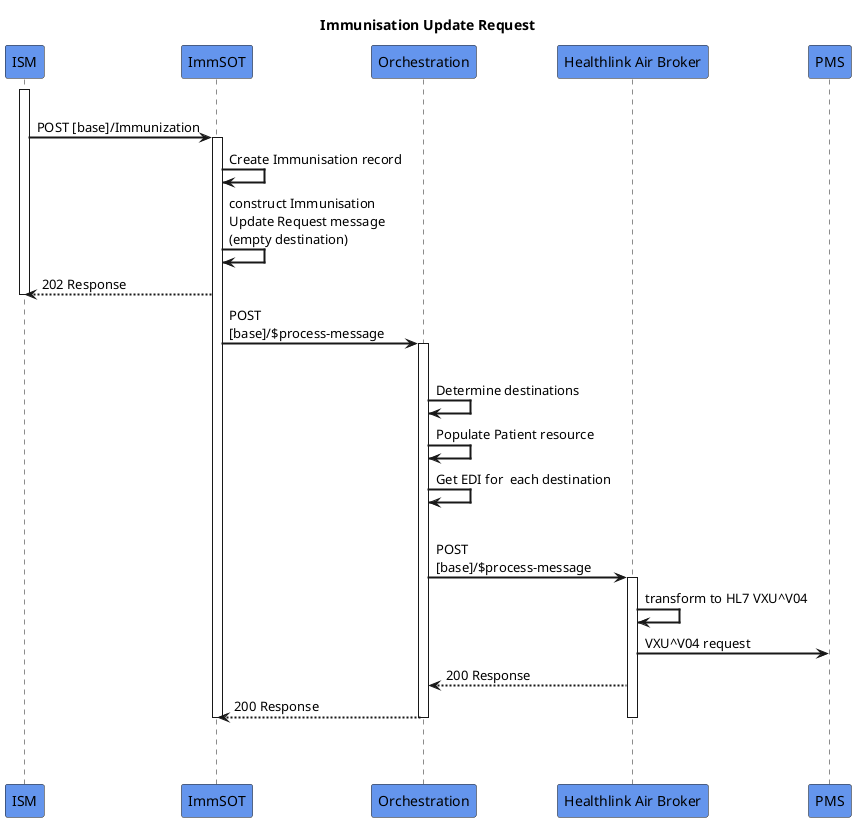
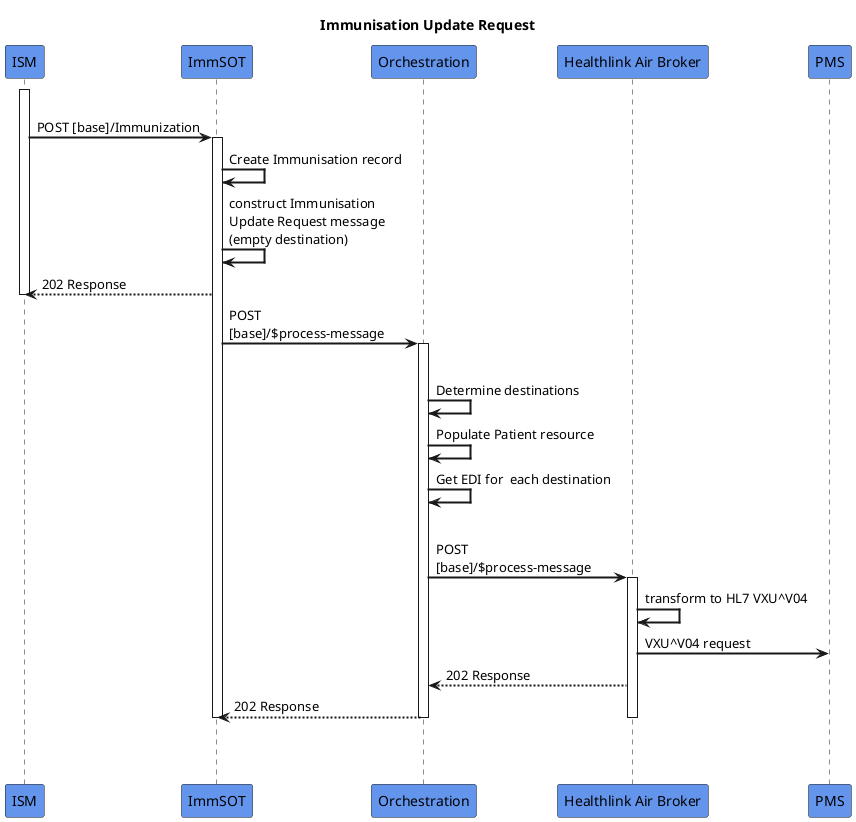
@startuml
skinparam sequenceArrowThickness 2
skinparam roundcorner 5
skinparam maxmessagesize 180
skinparam sequenceParticipant bold
title  Immunisation Update Request
participant "ISM" as AA #CornflowerBlue
participant "ImmSOT" as A #CornflowerBlue
participant "Orchestration" as B #CornflowerBlue
participant "Healthlink Air Broker" as C #CornflowerBlue
participant "PMS" as D #CornflowerBlue
|||
activate AA
AA -> A: POST [base]/Immunization
activate A
A -> A: Create Immunisation record
A -> A: construct Immunisation Update Request message (empty destination)
A -[dashed]-> AA:  202 Response
deactivate AA
A -> B: POST [base]/$process-message

activate B
|||
B -> B: Determine destinations
B -> B: Populate Patient resource
B -> B: Get EDI for  each destination
|||
B -> C: POST [base]/$process-message
activate C
C -> C:  transform to HL7 VXU^V04
C -> D: VXU^V04 request
- C -[dashed]-> B:  200 Response
- B -[dashed]-> A: 200 Response
+ C -[dashed]-> B:  202 Response
+ B -[dashed]-> A: 202 Response
deactivate B
|||
deactivate C
deactivate A
|||
@enduml